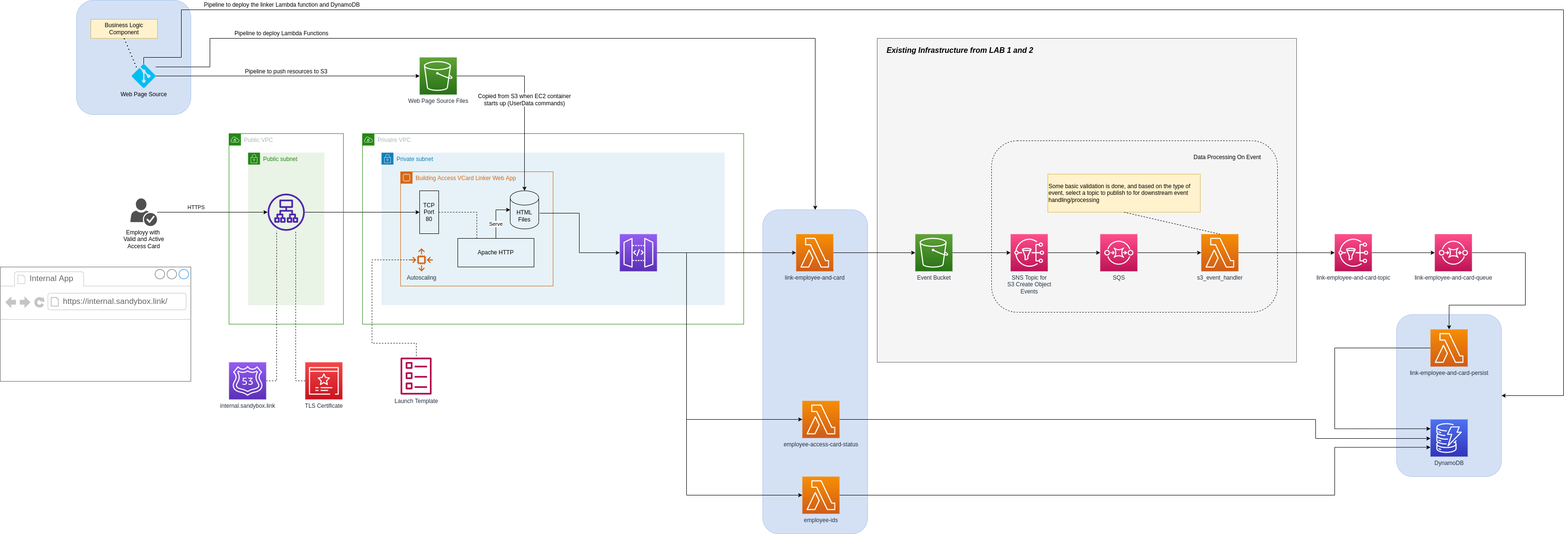
This is images/scenario_01_design.png from nicc777/exploring-aws-kinesis, a draw.io export, as it was before one commit. Source tidied: cells renumbered, new cells last; positions are measured from the earlier drawing's top-left corner, leaving out a move shared by most shapes.
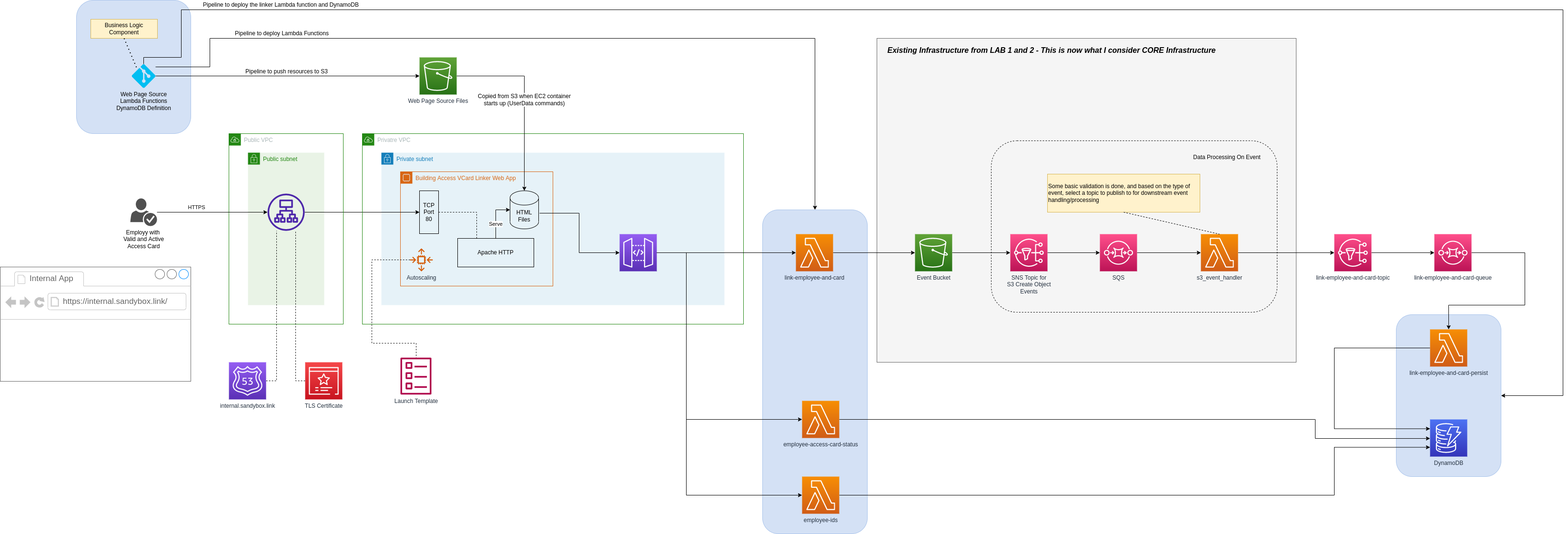
The same file after the commit.

Commit message:
doc: started working on Lab 3 - mostly planning and thinking about what I will attempt to build

Diff of the diagram source:
```diff
@@ -9,7 +9,7 @@
       <mxGeometry x="1600" y="440" width="220" height="680" as="geometry" />
     </mxCell>
     <mxCell id="4" style="rounded=1;whiteSpace=wrap;html=1;fontSize=16;fontColor=#000000;strokeColor=#A9C4EB;strokeWidth=1;fillColor=#D4E1F5;" parent="1" vertex="1">
-      <mxGeometry x="160" width="240" height="240" as="geometry" />
+      <mxGeometry x="160" width="240" height="280" as="geometry" />
     </mxCell>
     <mxCell id="5" style="rounded=0;whiteSpace=wrap;html=1;fontColor=#333333;strokeColor=#666666;strokeWidth=1;fillColor=#f5f5f5;" parent="1" vertex="1">
       <mxGeometry x="1840" y="80" width="880" height="680" as="geometry" />
@@ -111,7 +111,7 @@
         </Array>
       </mxGeometry>
     </mxCell>
-    <mxCell id="31" value="Web Page Source" style="verticalLabelPosition=bottom;html=1;verticalAlign=top;align=center;strokeColor=none;fillColor=#00BEF2;shape=mxgraph.azure.git_repository;fontColor=#000000;" parent="1" vertex="1">
+    <mxCell id="31" value="Web Page Source&lt;br&gt;Lambda Functions&lt;br&gt;DynamoDB Definition" style="verticalLabelPosition=bottom;html=1;verticalAlign=top;align=center;strokeColor=none;fillColor=#00BEF2;shape=mxgraph.azure.git_repository;fontColor=#000000;" parent="1" vertex="1">
       <mxGeometry x="276" y="134" width="50" height="50" as="geometry" />
     </mxCell>
     <mxCell id="32" value="Serve" style="edgeStyle=orthogonalEdgeStyle;rounded=0;jettySize=auto;html=1;entryX=0;entryY=0.5;entryDx=0;entryDy=0;entryPerimeter=0;fontColor=#000000;endArrow=classic;endFill=1;" parent="1" edge="1" source="8" target="17">
@@ -171,8 +171,8 @@
     <mxCell id="50" value="DynamoDB" style="sketch=0;points=[[0,0,0],[0.25,0,0],[0.5,0,0],[0.75,0,0],[1,0,0],[0,1,0],[0.25,1,0],[0.5,1,0],[0.75,1,0],[1,1,0],[0,0.25,0],[0,0.5,0],[0,0.75,0],[1,0.25,0],[1,0.5,0],[1,0.75,0]];outlineConnect=0;fontColor=#232F3E;gradientColor=#4D72F3;gradientDirection=north;fillColor=#3334B9;strokeColor=#ffffff;dashed=0;verticalLabelPosition=bottom;verticalAlign=top;align=center;html=1;fontSize=12;fontStyle=0;shape=mxgraph.aws4.resourceIcon;resIcon=mxgraph.aws4.dynamodb;" parent="1" vertex="1">
       <mxGeometry x="3001" y="880" width="78" height="78" as="geometry" />
     </mxCell>
-    <mxCell id="51" value="Existing Infrastructure from LAB 1 and 2" style="text;html=1;strokeColor=none;fillColor=none;align=center;verticalAlign=middle;whiteSpace=wrap;rounded=0;fontColor=#000000;fontStyle=3;fontSize=16;" parent="1" vertex="1">
-      <mxGeometry x="1854" y="90" width="320" height="30" as="geometry" />
+    <mxCell id="51" value="Existing Infrastructure from LAB 1 and 2 - This is now what I consider CORE Infrastructure" style="text;html=1;strokeColor=none;fillColor=none;align=center;verticalAlign=middle;whiteSpace=wrap;rounded=0;fontColor=#000000;fontStyle=3;fontSize=16;" parent="1" vertex="1">
+      <mxGeometry x="1854" y="90" width="706" height="30" as="geometry" />
     </mxCell>
     <mxCell id="52" style="edgeStyle=orthogonalEdgeStyle;rounded=0;jettySize=auto;html=1;entryX=0;entryY=0.5;entryDx=0;entryDy=0;entryPerimeter=0;fontSize=16;fontColor=#000000;endArrow=classic;endFill=1;" parent="1" edge="1" source="53" target="50">
       <mxGeometry relative="1" as="geometry">
```
